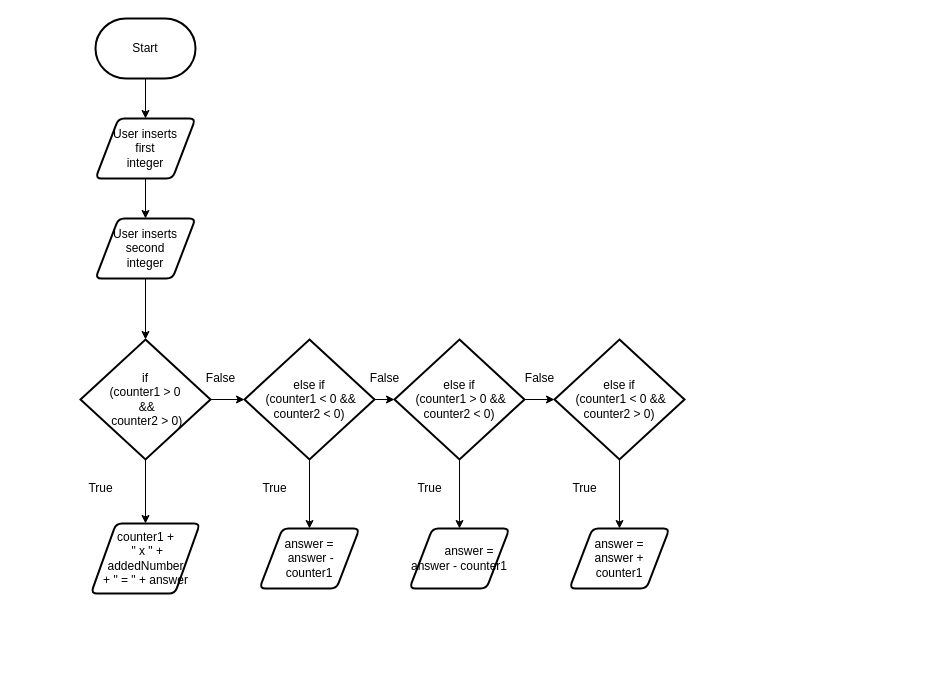
The draw.io diagram designs/flowchart.drawio in AvaVenturino/ICS20-Unit-5-06-JS, before the edit. Source tidied: cells renumbered, new cells numbered last; positions are measured from the earlier drawing's top-left corner, leaving out a move shared by most shapes. Both pictures are drawn from the tidied source at 100%, with x=0, y=0 at pixel (80, 18).
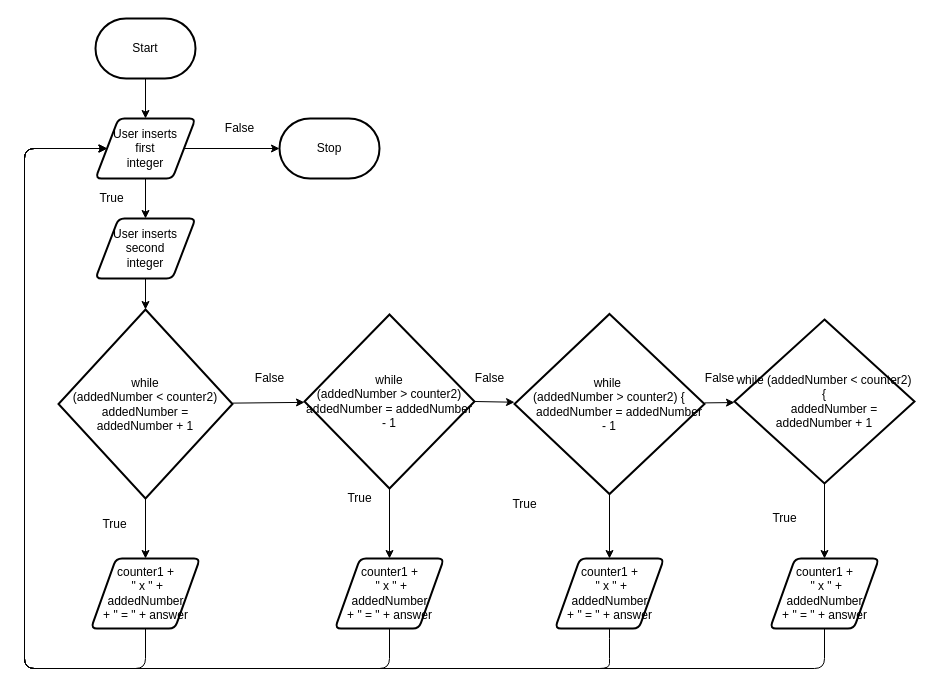
After the change.

The change refers to these unchanged cells:
```xml
<mxCell id="5" value="User inserts&lt;br&gt;first&lt;br&gt;integer" style="shape=parallelogram;html=1;strokeWidth=2;perimeter=parallelogramPerimeter;whiteSpace=wrap;rounded=1;arcSize=12;size=0.23;" parent="1" vertex="1">
  <mxGeometry x="15" y="100" width="100" height="60" as="geometry" />
</mxCell>
```

The edit, as a diff of the source:
```diff
@@
+    <mxCell id="30" style="edgeStyle=none;html=1;entryX=0;entryY=0.5;entryDx=0;entryDy=0;entryPerimeter=0;" parent="1" edge="1" source="5" target="41">
+      <mxGeometry relative="1" as="geometry" />
+    </mxCell>
@@
+    <mxCell id="31" style="edgeStyle=none;html=1;entryX=0;entryY=0.5;entryDx=0;entryDy=0;exitX=0.5;exitY=1;exitDx=0;exitDy=0;" parent="1" edge="1" source="19" target="5">
+      <mxGeometry relative="1" as="geometry">
+        <Array as="points">
+          <mxPoint x="65" y="650" />
+          <mxPoint x="-56" y="650" />
+          <mxPoint x="-56" y="575" />
+          <mxPoint x="-56" y="386" />
+          <mxPoint x="-56" y="130" />
+        </Array>
+      </mxGeometry>
+    </mxCell>
-    <mxCell id="10" value="if &lt;br&gt;(counter1 &amp;gt; 0&lt;br&gt;&amp;nbsp;&amp;amp;&amp;amp;&lt;br&gt;&amp;nbsp;counter2 &amp;gt; 0)" style="strokeWidth=2;html=1;shape=mxgraph.flowchart.decision;whiteSpace=wrap;" parent="1" vertex="1">
-      <mxGeometry y="321" width="130" height="120" as="geometry" />
+    <mxCell id="10" value="while &lt;br&gt;(addedNumber &amp;lt; counter2) addedNumber = &lt;br&gt;addedNumber + 1" style="strokeWidth=2;html=1;shape=mxgraph.flowchart.decision;whiteSpace=wrap;" parent="1" vertex="1">
+      <mxGeometry x="-22" y="291" width="174" height="189" as="geometry" />
     </mxCell>
@@
-    <mxCell id="12" style="edgeStyle=none;html=1;" parent="1" edge="1" source="13" target="20">
+    <mxCell id="12" style="edgeStyle=none;html=1;entryX=0.5;entryY=0;entryDx=0;entryDy=0;" parent="1" edge="1" source="13" target="35">
       <mxGeometry relative="1" as="geometry" />
     </mxCell>
-    <mxCell id="13" value="else if&lt;br&gt;&amp;nbsp;(counter1 &amp;lt; 0 &amp;amp;&amp;amp; counter2 &amp;lt; 0)" style="strokeWidth=2;html=1;shape=mxgraph.flowchart.decision;whiteSpace=wrap;" parent="1" vertex="1">
-      <mxGeometry x="164" y="321" width="130" height="120" as="geometry" />
+    <mxCell id="13" value="while &lt;br&gt;(addedNumber &amp;gt; counter2)&lt;br&gt;addedNumber = addedNumber - 1" style="strokeWidth=2;html=1;shape=mxgraph.flowchart.decision;whiteSpace=wrap;" parent="1" vertex="1">
+      <mxGeometry x="224" y="296" width="170" height="174" as="geometry" />
     </mxCell>
@@
-    <mxCell id="15" style="edgeStyle=none;html=1;" parent="1" edge="1" source="16" target="21">
-      <mxGeometry relative="1" as="geometry" />
-    </mxCell>
+    <mxCell id="32" style="edgeStyle=none;html=1;" parent="1" edge="1" source="16" target="36">
+      <mxGeometry relative="1" as="geometry" />
+    </mxCell>
-    <mxCell id="16" value="else if&lt;br&gt;&amp;nbsp;(counter1 &amp;gt; 0 &amp;amp;&amp;amp; counter2 &amp;lt; 0)" style="strokeWidth=2;html=1;shape=mxgraph.flowchart.decision;whiteSpace=wrap;" parent="1" vertex="1">
-      <mxGeometry x="314" y="321" width="130" height="120" as="geometry" />
+    <mxCell id="16" value="&lt;div&gt;while&amp;nbsp;&lt;/div&gt;&lt;div&gt;(addedNumber &amp;gt; counter2) {&lt;/div&gt;&lt;div&gt;&amp;nbsp; &amp;nbsp; &amp;nbsp; addedNumber = addedNumber - 1&lt;/div&gt;" style="strokeWidth=2;html=1;shape=mxgraph.flowchart.decision;whiteSpace=wrap;" parent="1" vertex="1">
+      <mxGeometry x="434" y="295.5" width="190" height="180" as="geometry" />
     </mxCell>
-    <mxCell id="17" style="edgeStyle=none;html=1;" parent="1" edge="1" source="18" target="22">
-      <mxGeometry relative="1" as="geometry" />
-    </mxCell>
+    <mxCell id="33" style="edgeStyle=none;html=1;" parent="1" edge="1" source="18" target="38">
+      <mxGeometry relative="1" as="geometry" />
+    </mxCell>
-    <mxCell id="18" value="else if&lt;br&gt;&amp;nbsp;(counter1 &amp;lt; 0 &amp;amp;&amp;amp; counter2 &amp;gt; 0)" style="strokeWidth=2;html=1;shape=mxgraph.flowchart.decision;whiteSpace=wrap;" parent="1" vertex="1">
-      <mxGeometry x="474" y="321" width="130" height="120" as="geometry" />
+    <mxCell id="18" value="&lt;div&gt;while (addedNumber &amp;lt; counter2) {&lt;/div&gt;&lt;div&gt;&amp;nbsp; &amp;nbsp; &amp;nbsp; addedNumber = addedNumber + 1&lt;/div&gt;" style="strokeWidth=2;html=1;shape=mxgraph.flowchart.decision;whiteSpace=wrap;" parent="1" vertex="1">
+      <mxGeometry x="654" y="301" width="180" height="164" as="geometry" />
     </mxCell>
     <mxCell id="19" value="counter1 +&lt;br&gt;&amp;nbsp;&quot; x &quot; + addedNumber &lt;br&gt;+ &quot; = &quot; + answer" style="shape=parallelogram;html=1;strokeWidth=2;perimeter=parallelogramPerimeter;whiteSpace=wrap;rounded=1;arcSize=12;size=0.23;" parent="1" vertex="1">
-      <mxGeometry x="10.5" y="505" width="109" height="70" as="geometry" />
+      <mxGeometry x="10.5" y="540" width="109" height="70" as="geometry" />
     </mxCell>
-    <mxCell id="20" value="answer =&lt;br&gt;&amp;nbsp;answer - counter1" style="shape=parallelogram;html=1;strokeWidth=2;perimeter=parallelogramPerimeter;whiteSpace=wrap;rounded=1;arcSize=12;size=0.23;" parent="1" vertex="1">
-      <mxGeometry x="179" y="510" width="100" height="60" as="geometry" />
-    </mxCell>
-    <mxCell id="21" value="&amp;nbsp; &amp;nbsp; &amp;nbsp; answer = answer - counter1" style="shape=parallelogram;html=1;strokeWidth=2;perimeter=parallelogramPerimeter;whiteSpace=wrap;rounded=1;arcSize=12;size=0.23;" parent="1" vertex="1">
-      <mxGeometry x="329" y="510" width="100" height="60" as="geometry" />
-    </mxCell>
-    <mxCell id="22" value="answer = &lt;br&gt;answer + counter1" style="shape=parallelogram;html=1;strokeWidth=2;perimeter=parallelogramPerimeter;whiteSpace=wrap;rounded=1;arcSize=12;size=0.23;" parent="1" vertex="1">
-      <mxGeometry x="489" y="510" width="100" height="60" as="geometry" />
-    </mxCell>
     <mxCell id="23" value="True" style="text;html=1;align=center;verticalAlign=middle;strokeColor=none;fillColor=none;" parent="1" vertex="1">
-      <mxGeometry y="460" width="40" height="20" as="geometry" />
+      <mxGeometry x="14" y="495.5" width="40" height="20" as="geometry" />
     </mxCell>
     <mxCell id="24" value="True" style="text;html=1;align=center;verticalAlign=middle;strokeColor=none;fillColor=none;" parent="1" vertex="1">
-      <mxGeometry x="174" y="460" width="40" height="20" as="geometry" />
+      <mxGeometry x="259" y="470" width="40" height="20" as="geometry" />
     </mxCell>
     <mxCell id="25" value="True" style="text;html=1;align=center;verticalAlign=middle;strokeColor=none;fillColor=none;" parent="1" vertex="1">
-      <mxGeometry x="329" y="460" width="40" height="20" as="geometry" />
+      <mxGeometry x="424" y="475.5" width="40" height="20" as="geometry" />
     </mxCell>
     <mxCell id="26" value="True" style="text;html=1;align=center;verticalAlign=middle;strokeColor=none;fillColor=none;" parent="1" vertex="1">
-      <mxGeometry x="484" y="460" width="40" height="20" as="geometry" />
+      <mxGeometry x="684" y="490" width="40" height="20" as="geometry" />
     </mxCell>
     <mxCell id="27" value="False" style="text;html=1;align=center;verticalAlign=middle;strokeColor=none;fillColor=none;" parent="1" vertex="1">
-      <mxGeometry x="115" y="350" width="50" height="20" as="geometry" />
+      <mxGeometry x="164" y="350" width="50" height="20" as="geometry" />
     </mxCell>
     <mxCell id="28" value="False" style="text;html=1;align=center;verticalAlign=middle;strokeColor=none;fillColor=none;" parent="1" vertex="1">
-      <mxGeometry x="279" y="350" width="50" height="20" as="geometry" />
+      <mxGeometry x="384" y="350" width="50" height="20" as="geometry" />
     </mxCell>
     <mxCell id="29" value="False" style="text;html=1;align=center;verticalAlign=middle;strokeColor=none;fillColor=none;" parent="1" vertex="1">
-      <mxGeometry x="434" y="350" width="50" height="20" as="geometry" />
+      <mxGeometry x="614" y="350" width="50" height="20" as="geometry" />
     </mxCell>
+    <mxCell id="34" style="edgeStyle=none;html=1;entryX=0;entryY=0.5;entryDx=0;entryDy=0;" parent="1" edge="1" source="35" target="5">
+      <mxGeometry relative="1" as="geometry">
+        <Array as="points">
+          <mxPoint x="309" y="650" />
+          <mxPoint x="-56" y="650" />
+          <mxPoint x="-56" y="390" />
+          <mxPoint x="-56" y="130" />
+        </Array>
+      </mxGeometry>
+    </mxCell>
+    <mxCell id="35" value="counter1 +&lt;br&gt;&amp;nbsp;&quot; x &quot; + addedNumber &lt;br&gt;+ &quot; = &quot; + answer" style="shape=parallelogram;html=1;strokeWidth=2;perimeter=parallelogramPerimeter;whiteSpace=wrap;rounded=1;arcSize=12;size=0.23;" parent="1" vertex="1">
+      <mxGeometry x="254.5" y="540" width="109" height="70" as="geometry" />
+    </mxCell>
+    <mxCell id="36" value="counter1 +&lt;br&gt;&amp;nbsp;&quot; x &quot; + addedNumber &lt;br&gt;+ &quot; = &quot; + answer" style="shape=parallelogram;html=1;strokeWidth=2;perimeter=parallelogramPerimeter;whiteSpace=wrap;rounded=1;arcSize=12;size=0.23;" parent="1" vertex="1">
+      <mxGeometry x="474.5" y="540" width="109" height="70" as="geometry" />
+    </mxCell>
+    <mxCell id="37" style="edgeStyle=none;html=1;entryX=0;entryY=0.5;entryDx=0;entryDy=0;" parent="1" edge="1" source="38" target="5">
+      <mxGeometry relative="1" as="geometry">
+        <Array as="points">
+          <mxPoint x="744" y="650" />
+          <mxPoint x="-56" y="650" />
+          <mxPoint x="-56" y="390" />
+          <mxPoint x="-56" y="130" />
+        </Array>
+      </mxGeometry>
+    </mxCell>
+    <mxCell id="38" value="counter1 +&lt;br&gt;&amp;nbsp;&quot; x &quot; + addedNumber &lt;br&gt;+ &quot; = &quot; + answer" style="shape=parallelogram;html=1;strokeWidth=2;perimeter=parallelogramPerimeter;whiteSpace=wrap;rounded=1;arcSize=12;size=0.23;" parent="1" vertex="1">
+      <mxGeometry x="689.5" y="540" width="109" height="70" as="geometry" />
+    </mxCell>
+    <mxCell id="39" style="edgeStyle=none;html=1;entryX=0;entryY=0.5;entryDx=0;entryDy=0;" parent="1" edge="1" target="5">
+      <mxGeometry relative="1" as="geometry">
+        <mxPoint x="529" y="610" as="sourcePoint" />
+        <Array as="points">
+          <mxPoint x="529" y="630" />
+          <mxPoint x="529" y="650" />
+          <mxPoint x="-56" y="650" />
+          <mxPoint x="-56" y="360" />
+          <mxPoint x="-56" y="130" />
+        </Array>
+      </mxGeometry>
+    </mxCell>
+    <mxCell id="40" value="True" style="text;html=1;align=center;verticalAlign=middle;strokeColor=none;fillColor=none;" parent="1" vertex="1">
+      <mxGeometry x="10.5" y="170" width="40" height="20" as="geometry" />
+    </mxCell>
+    <mxCell id="41" value="Stop" style="strokeWidth=2;html=1;shape=mxgraph.flowchart.terminator;whiteSpace=wrap;" parent="1" vertex="1">
+      <mxGeometry x="199" y="100" width="100" height="60" as="geometry" />
+    </mxCell>
+    <mxCell id="42" value="False" style="text;html=1;align=center;verticalAlign=middle;strokeColor=none;fillColor=none;" parent="1" vertex="1">
+      <mxGeometry x="134" y="100" width="50" height="20" as="geometry" />
+    </mxCell>
```
